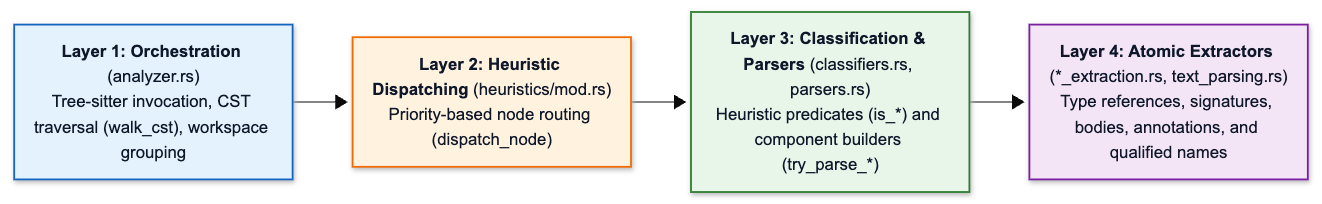
FerrarioChristian/master-thesis keeps this Mermaid diagram as images/extraction/extraction_layers.png. Above is the earlier version. Its source is kept beside it as images/extraction/extraction_layers.mmd. Source of this version:
```mermaid
flowchart LR
    L1["<b>Layer 1: Orchestration</b> (analyzer.rs)<br/>Tree-sitter invocation, CST traversal (walk_cst), workspace grouping"]
    L2["<b>Layer 2: Heuristic Dispatching</b> (heuristics/mod.rs)<br/>Priority-based node routing (dispatch_node)"]
    L3["<b>Layer 3: Classification & Parsers</b> (classifiers.rs, parsers.rs)<br/>Heuristic predicates (is_*) and component builders (try_parse_*)"]
    L4["<b>Layer 4: Atomic Extractors</b> (*_extraction.rs, text_parsing.rs)<br/>Type references, signatures, bodies, annotations, and qualified names"]

    L1 --> L2
    L2 --> L3
    L3 --> L4

    style L1 fill:#e3f2fd,stroke:#1565c0,stroke-width:1.5px,color:#0f172a
    style L2 fill:#fff3e0,stroke:#ef6c00,stroke-width:1.5px,color:#0f172a
    style L3 fill:#e8f5e9,stroke:#2e7d32,stroke-width:1.5px,color:#0f172a
    style L4 fill:#f3e5f5,stroke:#7b1fa2,stroke-width:1.5px,color:#0f172a
```
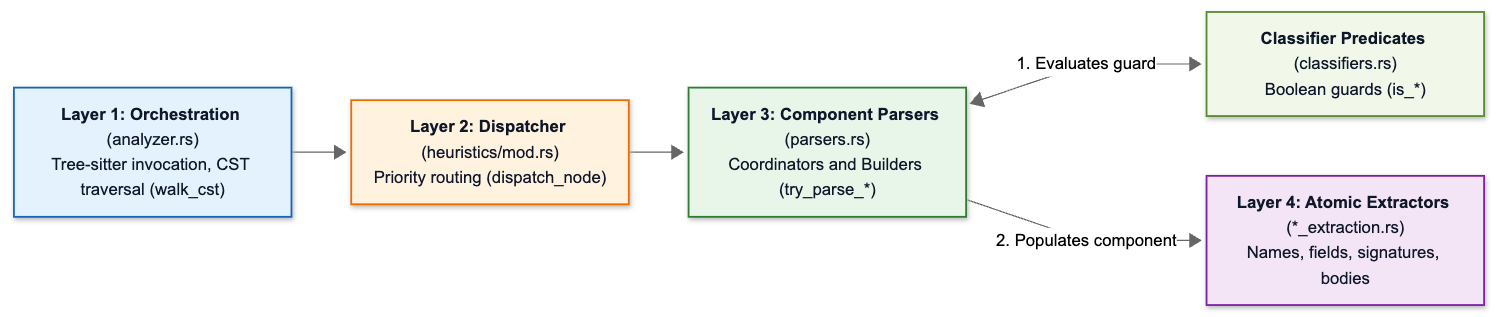
The same diagram one commit later.

Commit message:
fix(thesis): improved clarity order of actions in Extraction phase

Change to the diagram source:
```diff
@@ -1,14 +1,17 @@
 flowchart LR
-    L1["<b>Layer 1: Orchestration</b> (analyzer.rs)<br/>Tree-sitter invocation, CST traversal (walk_cst), workspace grouping"]
-    L2["<b>Layer 2: Heuristic Dispatching</b> (heuristics/mod.rs)<br/>Priority-based node routing (dispatch_node)"]
-    L3["<b>Layer 3: Classification & Parsers</b> (classifiers.rs, parsers.rs)<br/>Heuristic predicates (is_*) and component builders (try_parse_*)"]
-    L4["<b>Layer 4: Atomic Extractors</b> (*_extraction.rs, text_parsing.rs)<br/>Type references, signatures, bodies, annotations, and qualified names"]
+    L1["<b>Layer 1: Orchestration</b> (analyzer.rs)<br/>Tree-sitter invocation, CST traversal (walk_cst)"]
+    L2["<b>Layer 2: Dispatcher</b> (heuristics/mod.rs)<br/>Priority routing (dispatch_node)"]
+    L3P["<b>Layer 3: Component Parsers</b> (parsers.rs)<br/>Coordinators and Builders (try_parse_*)"]
+    L3C["<b>Classifier Predicates</b> (classifiers.rs)<br/>Boolean guards (is_*)"]
+    L4["<b>Layer 4: Atomic Extractors</b> (*_extraction.rs)<br/>Names, fields, signatures, bodies"]
 
     L1 --> L2
-    L2 --> L3
-    L3 --> L4
+    L2 --> L3P
+    L3P <-->|"1. Evaluates guard"| L3C
+    L3P -->|"2. Populates component"| L4
 
     style L1 fill:#e3f2fd,stroke:#1565c0,stroke-width:1.5px,color:#0f172a
     style L2 fill:#fff3e0,stroke:#ef6c00,stroke-width:1.5px,color:#0f172a
-    style L3 fill:#e8f5e9,stroke:#2e7d32,stroke-width:1.5px,color:#0f172a
+    style L3P fill:#e8f5e9,stroke:#2e7d32,stroke-width:1.5px,color:#0f172a
+    style L3C fill:#f1f8e9,stroke:#558b2f,stroke-width:1.5px,color:#0f172a
     style L4 fill:#f3e5f5,stroke:#7b1fa2,stroke-width:1.5px,color:#0f172a
```
